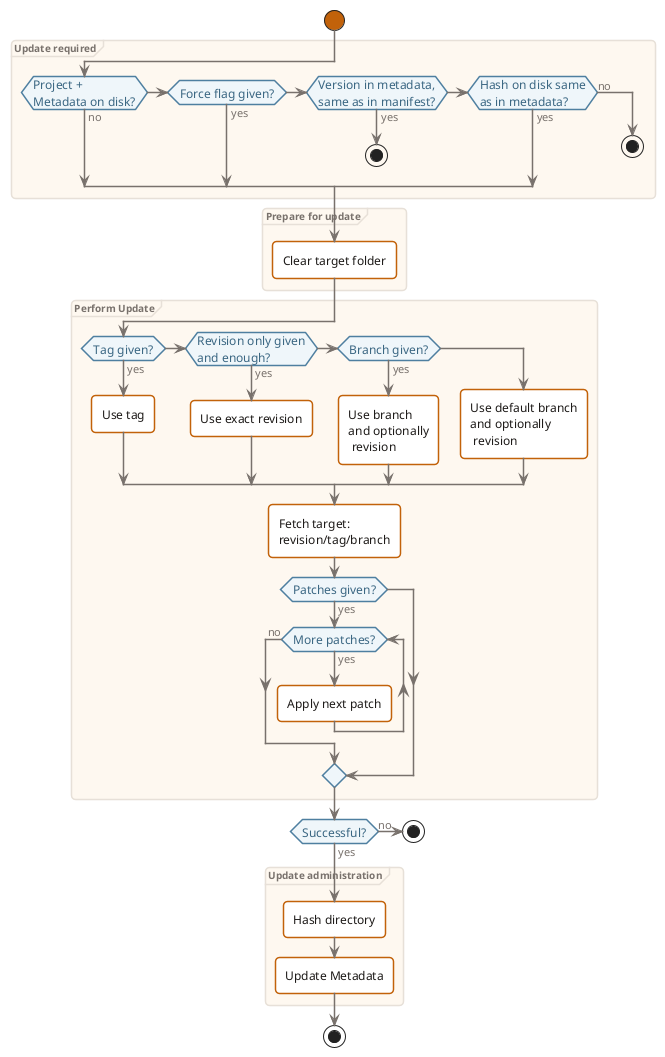
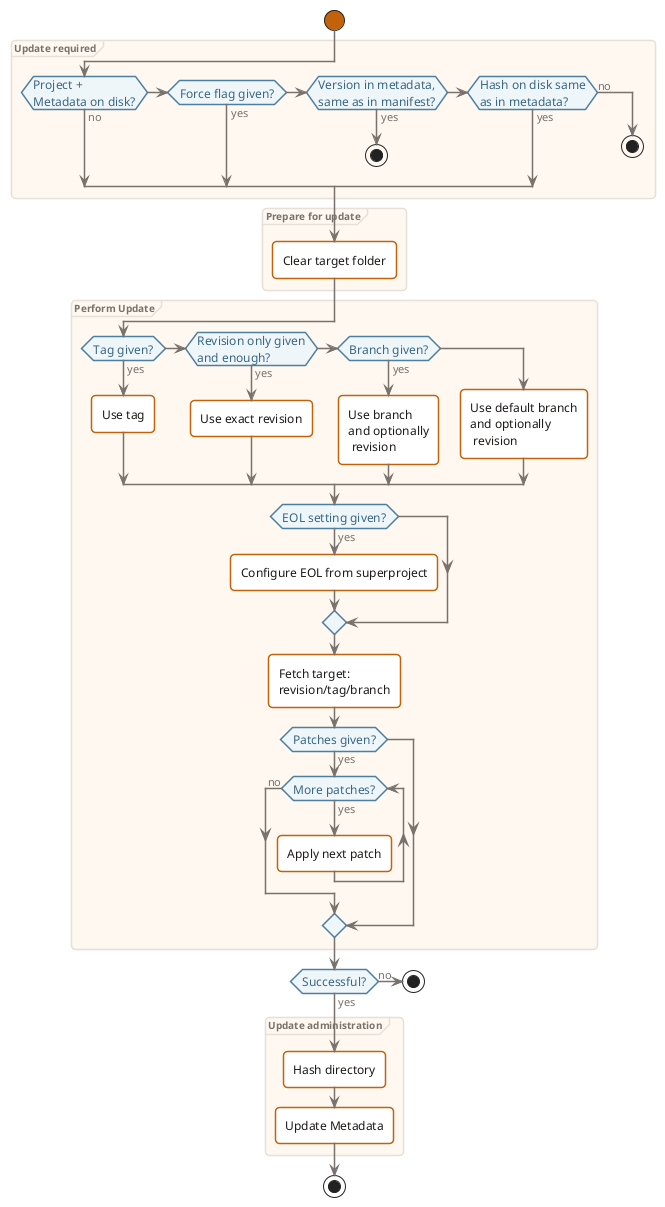
@startuml
skinparam defaultFontName Arial
skinparam defaultFontSize 12
skinparam defaultFontColor #1c1917
skinparam shadowing false
skinparam BackgroundColor transparent
skinparam RoundCorner 8

skinparam ActivityBackgroundColor #ffffff
skinparam ActivityBorderColor #c2620a
skinparam ActivityBorderThickness 1.5
skinparam ActivityFontColor #1c1917
skinparam ActivityFontSize 12
skinparam ActivityFontName Arial
skinparam ActivityArrowColor #78716c
skinparam ActivityArrowFontColor #78716c
skinparam ActivityArrowFontSize 11
skinparam ActivityStartColor #c2620a
skinparam ActivityEndColor #1c1917
skinparam ActivityBarColor #c2620a
skinparam ActivityDiamondBackgroundColor #eff6fa
skinparam ActivityDiamondBorderColor #4e7fa0
skinparam ActivityDiamondFontColor #3a6682

skinparam PartitionBackgroundColor #fef8f0
skinparam PartitionBorderColor #e7e0d8
skinparam PartitionFontColor #78716c
skinparam PartitionFontStyle bold
skinparam PartitionFontSize 10

start

partition "Update required" {

    if (Project +\nMetadata on disk?) then (no)
    elseif (Force flag given?) then (yes)
    elseif (Version in metadata,\nsame as in manifest?) then (yes)
        stop
    elseif (Hash on disk same\nas in metadata?) then (yes)
    else (no)
       stop
    endif
}

partition "Prepare for update" {
    :Clear target folder;
}

partition "Perform Update" {

    if (Tag given?) then (yes)
        :Use tag;
    elseif (Revision only given\nand enough?) then (yes)
        :Use exact revision;
    elseif (Branch given?) then (yes)
        :Use branch
        and optionally
         revision;
    else
        :Use default branch
        and optionally
         revision;
    endif

+     if (EOL setting given?) then (yes)
+         :Configure EOL from superproject;
+     endif
+ 
    :Fetch target:
    revision/tag/branch;

    if (Patches given?) then (yes)
        while (More patches?) is (yes)
            :Apply next patch;
        endwhile (no)
    endif
}

    if (Successful?) then (no)
        stop
    else (yes)
    endif

partition "Update administration" {
    :Hash directory;
    :Update Metadata;
}

stop
@enduml
